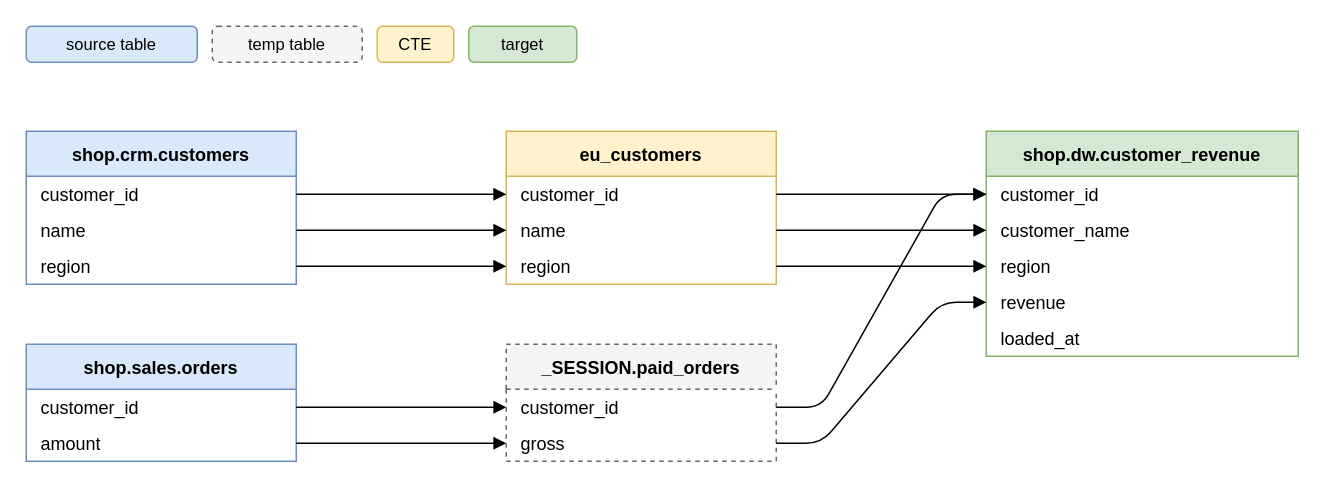
The draw.io diagram page "Columns" (2 of 2) of examples/orders.drawio in bhaskars9/BQLineage, before the edit. Source tidied: cells renumbered, new cells numbered last; positions are measured from the earlier drawing's top-left corner, leaving out a move shared by most shapes. Both pictures are drawn from the tidied source at 150%, with x=0, y=0 at pixel (26, 26).
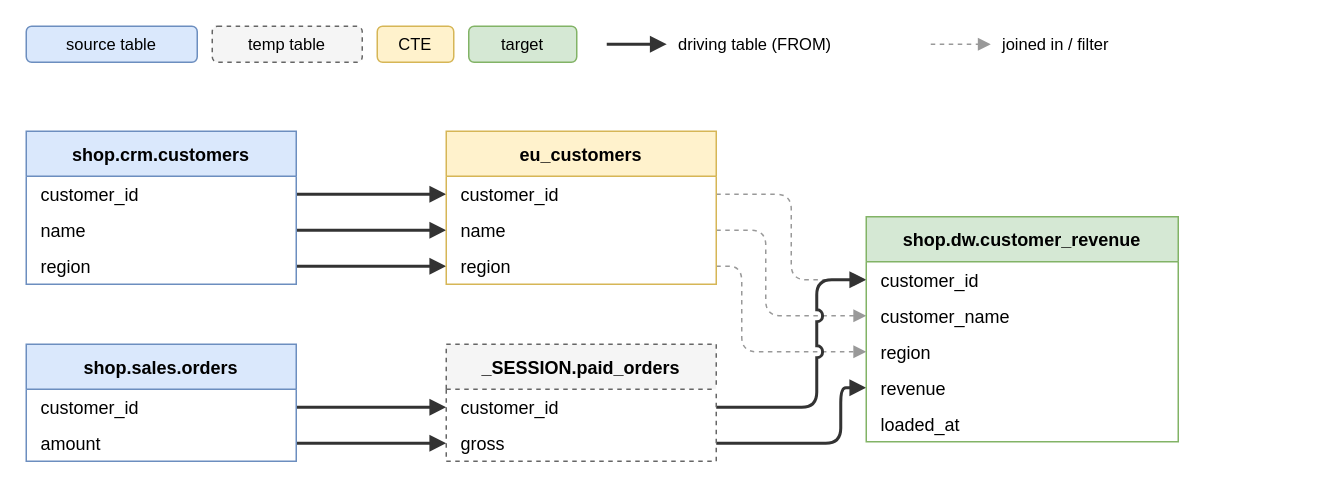
Above is the later version.

Commit message (it also covers changes not shown here):
draw.io: route arrows around boxes, solid for driving tables

The change refers to these unchanged cells:
```xml
<mxCell id="11" value="customer_id" style="text;align=left;verticalAlign=middle;spacingLeft=8;points=[[0,0.5],[1,0.5]];portConstraint=eastwest;" parent="10" vertex="1">
  <mxGeometry y="30" width="180" height="24" as="geometry" />
</mxCell>
<mxCell id="12" value="amount" style="text;align=left;verticalAlign=middle;spacingLeft=8;points=[[0,0.5],[1,0.5]];portConstraint=eastwest;" parent="10" vertex="1">
  <mxGeometry y="54" width="180" height="24" as="geometry" />
</mxCell>
```

Diff of the diagram source:
```diff
@@
+    <mxCell id="30" style="edgeStyle=orthogonalEdgeStyle;rounded=1;endArrow=block;endFill=1;jumpStyle=arc;jumpSize=6;dashed=1;strokeColor=#999999;exitX=1;exitY=0.5;entryX=0;entryY=0.5;" parent="1" edge="1" source="23" target="14">
+      <mxGeometry relative="1" as="geometry">
+        <Array as="points">
+          <mxPoint x="510" y="112" />
+          <mxPoint x="510" y="169" />
+        </Array>
+      </mxGeometry>
+    </mxCell>
+    <mxCell id="31" style="edgeStyle=orthogonalEdgeStyle;rounded=1;endArrow=block;endFill=1;jumpStyle=arc;jumpSize=6;dashed=1;strokeColor=#999999;exitX=1;exitY=0.5;entryX=0;entryY=0.5;" parent="1" edge="1" source="24" target="15">
+      <mxGeometry relative="1" as="geometry">
+        <Array as="points">
+          <mxPoint x="493" y="136" />
+          <mxPoint x="493" y="193" />
+        </Array>
+      </mxGeometry>
+    </mxCell>
+    <mxCell id="32" style="edgeStyle=orthogonalEdgeStyle;rounded=1;endArrow=block;endFill=1;jumpStyle=arc;jumpSize=6;dashed=1;strokeColor=#999999;exitX=1;exitY=0.5;entryX=0;entryY=0.5;" parent="1" edge="1" source="25" target="16">
+      <mxGeometry relative="1" as="geometry">
+        <Array as="points">
+          <mxPoint x="477" y="160" />
+          <mxPoint x="477" y="217" />
+        </Array>
+      </mxGeometry>
+    </mxCell>
+    <mxCell id="33" style="edgeStyle=orthogonalEdgeStyle;rounded=1;endArrow=block;endFill=1;jumpStyle=arc;jumpSize=6;strokeWidth=2;strokeColor=#333333;exitX=1;exitY=0.5;entryX=0;entryY=0.5;" parent="1" edge="1" source="20" target="14">
+      <mxGeometry relative="1" as="geometry">
+        <Array as="points">
+          <mxPoint x="527" y="254" />
+          <mxPoint x="527" y="169" />
+        </Array>
+      </mxGeometry>
+    </mxCell>
+    <mxCell id="34" style="edgeStyle=orthogonalEdgeStyle;rounded=1;endArrow=block;endFill=1;jumpStyle=arc;jumpSize=6;strokeWidth=2;strokeColor=#333333;exitX=1;exitY=0.5;entryX=0;entryY=0.5;" parent="1" edge="1" source="21" target="17">
+      <mxGeometry relative="1" as="geometry">
+        <Array as="points">
+          <mxPoint x="543" y="278" />
+          <mxPoint x="543" y="241" />
+        </Array>
+      </mxGeometry>
+    </mxCell>
+    <mxCell id="35" style="edgeStyle=orthogonalEdgeStyle;rounded=1;endArrow=block;endFill=1;jumpStyle=arc;jumpSize=6;strokeWidth=2;strokeColor=#333333;exitX=1;exitY=0.5;entryX=0;entryY=0.5;" parent="1" edge="1" source="27" target="23">
+      <mxGeometry relative="1" as="geometry" />
+    </mxCell>
+    <mxCell id="36" style="edgeStyle=orthogonalEdgeStyle;rounded=1;endArrow=block;endFill=1;jumpStyle=arc;jumpSize=6;strokeWidth=2;strokeColor=#333333;exitX=1;exitY=0.5;entryX=0;entryY=0.5;" parent="1" edge="1" source="28" target="24">
+      <mxGeometry relative="1" as="geometry" />
+    </mxCell>
+    <mxCell id="37" style="edgeStyle=orthogonalEdgeStyle;rounded=1;endArrow=block;endFill=1;jumpStyle=arc;jumpSize=6;strokeWidth=2;strokeColor=#333333;exitX=1;exitY=0.5;entryX=0;entryY=0.5;" parent="1" edge="1" source="29" target="25">
+      <mxGeometry relative="1" as="geometry" />
+    </mxCell>
+    <mxCell id="38" style="edgeStyle=orthogonalEdgeStyle;rounded=1;endArrow=block;endFill=1;jumpStyle=arc;jumpSize=6;strokeWidth=2;strokeColor=#333333;exitX=1;exitY=0.5;entryX=0;entryY=0.5;" parent="1" edge="1" source="12" target="21">
+      <mxGeometry relative="1" as="geometry" />
+    </mxCell>
+    <mxCell id="39" style="edgeStyle=orthogonalEdgeStyle;rounded=1;endArrow=block;endFill=1;jumpStyle=arc;jumpSize=6;strokeWidth=2;strokeColor=#333333;exitX=1;exitY=0.5;entryX=0;entryY=0.5;" parent="1" edge="1" source="11" target="20">
+      <mxGeometry relative="1" as="geometry" />
+    </mxCell>
@@
-    <mxCell id="6" value="shop.crm.customers" style="swimlane;startSize=30;fontStyle=1;horizontal=1;fillColor=#dae8fc;strokeColor=#6c8ebf;" parent="1" vertex="1">
-      <mxGeometry y="70" width="180" height="102" as="geometry" />
+    <mxCell id="6" style="edgeStyle=orthogonalEdgeStyle;rounded=1;endArrow=block;endFill=1;jumpStyle=arc;jumpSize=6;strokeWidth=2;strokeColor=#333333;" parent="1" edge="1">
+      <mxGeometry relative="1" as="geometry">
+        <mxPoint x="387" y="12" as="sourcePoint" />
+        <mxPoint x="427" y="12" as="targetPoint" />
+      </mxGeometry>
     </mxCell>
-    <mxCell id="7" value="customer_id" style="text;align=left;verticalAlign=middle;spacingLeft=8;points=[[0,0.5],[1,0.5]];portConstraint=eastwest;" parent="6" vertex="1">
-      <mxGeometry y="30" width="180" height="24" as="geometry" />
+    <mxCell id="7" value="driving table (FROM)" style="rounded=1;whiteSpace=wrap;fontSize=11;strokeColor=none;fillColor=none;align=left;" parent="1" vertex="1">
+      <mxGeometry x="433" width="150" height="24" as="geometry" />
     </mxCell>
-    <mxCell id="8" value="name" style="text;align=left;verticalAlign=middle;spacingLeft=8;points=[[0,0.5],[1,0.5]];portConstraint=eastwest;" parent="6" vertex="1">
-      <mxGeometry y="54" width="180" height="24" as="geometry" />
+    <mxCell id="8" style="edgeStyle=orthogonalEdgeStyle;rounded=1;endArrow=block;endFill=1;jumpStyle=arc;jumpSize=6;dashed=1;strokeColor=#999999;" parent="1" edge="1">
+      <mxGeometry relative="1" as="geometry">
+        <mxPoint x="603" y="12" as="sourcePoint" />
+        <mxPoint x="643" y="12" as="targetPoint" />
+      </mxGeometry>
     </mxCell>
-    <mxCell id="9" value="region" style="text;align=left;verticalAlign=middle;spacingLeft=8;points=[[0,0.5],[1,0.5]];portConstraint=eastwest;" parent="6" vertex="1">
-      <mxGeometry y="78" width="180" height="24" as="geometry" />
+    <mxCell id="9" value="joined in / filter" style="rounded=1;whiteSpace=wrap;fontSize=11;strokeColor=none;fillColor=none;align=left;" parent="1" vertex="1">
+      <mxGeometry x="649" width="136" height="24" as="geometry" />
     </mxCell>
@@
-    <mxCell id="13" value="eu_customers" style="swimlane;startSize=30;fontStyle=1;horizontal=1;fillColor=#fff2cc;strokeColor=#d6b656;" parent="1" vertex="1">
-      <mxGeometry x="320" y="70" width="180" height="102" as="geometry" />
+    <mxCell id="13" value="shop.dw.customer_revenue" style="swimlane;startSize=30;fontStyle=1;horizontal=1;fillColor=#d5e8d4;strokeColor=#82b366;" parent="1" vertex="1">
+      <mxGeometry x="560" y="127" width="208" height="150" as="geometry" />
     </mxCell>
     <mxCell id="14" value="customer_id" style="text;align=left;verticalAlign=middle;spacingLeft=8;points=[[0,0.5],[1,0.5]];portConstraint=eastwest;" parent="13" vertex="1">
-      <mxGeometry y="30" width="180" height="24" as="geometry" />
+      <mxGeometry y="30" width="208" height="24" as="geometry" />
     </mxCell>
-    <mxCell id="15" value="name" style="text;align=left;verticalAlign=middle;spacingLeft=8;points=[[0,0.5],[1,0.5]];portConstraint=eastwest;" parent="13" vertex="1">
-      <mxGeometry y="54" width="180" height="24" as="geometry" />
+    <mxCell id="15" value="customer_name" style="text;align=left;verticalAlign=middle;spacingLeft=8;points=[[0,0.5],[1,0.5]];portConstraint=eastwest;" parent="13" vertex="1">
+      <mxGeometry y="54" width="208" height="24" as="geometry" />
     </mxCell>
     <mxCell id="16" value="region" style="text;align=left;verticalAlign=middle;spacingLeft=8;points=[[0,0.5],[1,0.5]];portConstraint=eastwest;" parent="13" vertex="1">
-      <mxGeometry y="78" width="180" height="24" as="geometry" />
+      <mxGeometry y="78" width="208" height="24" as="geometry" />
     </mxCell>
-    <mxCell id="17" value="_SESSION.paid_orders" style="swimlane;startSize=30;fontStyle=1;horizontal=1;fillColor=#f5f5f5;strokeColor=#666666;dashed=1;" parent="1" vertex="1">
-      <mxGeometry x="320" y="212" width="180" height="78" as="geometry" />
+    <mxCell id="17" value="revenue" style="text;align=left;verticalAlign=middle;spacingLeft=8;points=[[0,0.5],[1,0.5]];portConstraint=eastwest;" parent="13" vertex="1">
+      <mxGeometry y="102" width="208" height="24" as="geometry" />
     </mxCell>
-    <mxCell id="18" value="customer_id" style="text;align=left;verticalAlign=middle;spacingLeft=8;points=[[0,0.5],[1,0.5]];portConstraint=eastwest;" parent="17" vertex="1">
-      <mxGeometry y="30" width="180" height="24" as="geometry" />
+    <mxCell id="18" value="loaded_at" style="text;align=left;verticalAlign=middle;spacingLeft=8;points=[[0,0.5],[1,0.5]];portConstraint=eastwest;" parent="13" vertex="1">
+      <mxGeometry y="126" width="208" height="24" as="geometry" />
     </mxCell>
-    <mxCell id="19" value="gross" style="text;align=left;verticalAlign=middle;spacingLeft=8;points=[[0,0.5],[1,0.5]];portConstraint=eastwest;" parent="17" vertex="1">
-      <mxGeometry y="54" width="180" height="24" as="geometry" />
+    <mxCell id="19" value="_SESSION.paid_orders" style="swimlane;startSize=30;fontStyle=1;horizontal=1;fillColor=#f5f5f5;strokeColor=#666666;dashed=1;" parent="1" vertex="1">
+      <mxGeometry x="280" y="212" width="180" height="78" as="geometry" />
     </mxCell>
-    <mxCell id="20" value="shop.dw.customer_revenue" style="swimlane;startSize=30;fontStyle=1;horizontal=1;fillColor=#d5e8d4;strokeColor=#82b366;" parent="1" vertex="1">
-      <mxGeometry x="640" y="70" width="208" height="150" as="geometry" />
+    <mxCell id="20" value="customer_id" style="text;align=left;verticalAlign=middle;spacingLeft=8;points=[[0,0.5],[1,0.5]];portConstraint=eastwest;" parent="19" vertex="1">
+      <mxGeometry y="30" width="180" height="24" as="geometry" />
     </mxCell>
-    <mxCell id="21" value="customer_id" style="text;align=left;verticalAlign=middle;spacingLeft=8;points=[[0,0.5],[1,0.5]];portConstraint=eastwest;" parent="20" vertex="1">
-      <mxGeometry y="30" width="208" height="24" as="geometry" />
+    <mxCell id="21" value="gross" style="text;align=left;verticalAlign=middle;spacingLeft=8;points=[[0,0.5],[1,0.5]];portConstraint=eastwest;" parent="19" vertex="1">
+      <mxGeometry y="54" width="180" height="24" as="geometry" />
     </mxCell>
-    <mxCell id="22" value="customer_name" style="text;align=left;verticalAlign=middle;spacingLeft=8;points=[[0,0.5],[1,0.5]];portConstraint=eastwest;" parent="20" vertex="1">
-      <mxGeometry y="54" width="208" height="24" as="geometry" />
+    <mxCell id="22" value="eu_customers" style="swimlane;startSize=30;fontStyle=1;horizontal=1;fillColor=#fff2cc;strokeColor=#d6b656;" parent="1" vertex="1">
+      <mxGeometry x="280" y="70" width="180" height="102" as="geometry" />
     </mxCell>
-    <mxCell id="23" value="region" style="text;align=left;verticalAlign=middle;spacingLeft=8;points=[[0,0.5],[1,0.5]];portConstraint=eastwest;" parent="20" vertex="1">
-      <mxGeometry y="78" width="208" height="24" as="geometry" />
+    <mxCell id="23" value="customer_id" style="text;align=left;verticalAlign=middle;spacingLeft=8;points=[[0,0.5],[1,0.5]];portConstraint=eastwest;" parent="22" vertex="1">
+      <mxGeometry y="30" width="180" height="24" as="geometry" />
     </mxCell>
-    <mxCell id="24" value="revenue" style="text;align=left;verticalAlign=middle;spacingLeft=8;points=[[0,0.5],[1,0.5]];portConstraint=eastwest;" parent="20" vertex="1">
-      <mxGeometry y="102" width="208" height="24" as="geometry" />
+    <mxCell id="24" value="name" style="text;align=left;verticalAlign=middle;spacingLeft=8;points=[[0,0.5],[1,0.5]];portConstraint=eastwest;" parent="22" vertex="1">
+      <mxGeometry y="54" width="180" height="24" as="geometry" />
     </mxCell>
-    <mxCell id="25" value="loaded_at" style="text;align=left;verticalAlign=middle;spacingLeft=8;points=[[0,0.5],[1,0.5]];portConstraint=eastwest;" parent="20" vertex="1">
-      <mxGeometry y="126" width="208" height="24" as="geometry" />
+    <mxCell id="25" value="region" style="text;align=left;verticalAlign=middle;spacingLeft=8;points=[[0,0.5],[1,0.5]];portConstraint=eastwest;" parent="22" vertex="1">
+      <mxGeometry y="78" width="180" height="24" as="geometry" />
     </mxCell>
-    <mxCell id="26" style="edgeStyle=entityRelationEdgeStyle;endArrow=block;endFill=1;" parent="1" edge="1" source="14" target="21">
-      <mxGeometry relative="1" as="geometry" />
+    <mxCell id="26" value="shop.crm.customers" style="swimlane;startSize=30;fontStyle=1;horizontal=1;fillColor=#dae8fc;strokeColor=#6c8ebf;" parent="1" vertex="1">
+      <mxGeometry y="70" width="180" height="102" as="geometry" />
     </mxCell>
-    <mxCell id="27" style="edgeStyle=entityRelationEdgeStyle;endArrow=block;endFill=1;" parent="1" edge="1" source="15" target="22">
-      <mxGeometry relative="1" as="geometry" />
+    <mxCell id="27" value="customer_id" style="text;align=left;verticalAlign=middle;spacingLeft=8;points=[[0,0.5],[1,0.5]];portConstraint=eastwest;" parent="26" vertex="1">
+      <mxGeometry y="30" width="180" height="24" as="geometry" />
     </mxCell>
-    <mxCell id="28" style="edgeStyle=entityRelationEdgeStyle;endArrow=block;endFill=1;" parent="1" edge="1" source="16" target="23">
-      <mxGeometry relative="1" as="geometry" />
+    <mxCell id="28" value="name" style="text;align=left;verticalAlign=middle;spacingLeft=8;points=[[0,0.5],[1,0.5]];portConstraint=eastwest;" parent="26" vertex="1">
+      <mxGeometry y="54" width="180" height="24" as="geometry" />
     </mxCell>
-    <mxCell id="29" style="edgeStyle=entityRelationEdgeStyle;endArrow=block;endFill=1;" parent="1" edge="1" source="18" target="21">
-      <mxGeometry relative="1" as="geometry" />
+    <mxCell id="29" value="region" style="text;align=left;verticalAlign=middle;spacingLeft=8;points=[[0,0.5],[1,0.5]];portConstraint=eastwest;" parent="26" vertex="1">
+      <mxGeometry y="78" width="180" height="24" as="geometry" />
     </mxCell>
-    <mxCell id="30" style="edgeStyle=entityRelationEdgeStyle;endArrow=block;endFill=1;" parent="1" edge="1" source="19" target="24">
-      <mxGeometry relative="1" as="geometry" />
-    </mxCell>
-    <mxCell id="31" style="edgeStyle=entityRelationEdgeStyle;endArrow=block;endFill=1;" parent="1" edge="1" source="7" target="14">
-      <mxGeometry relative="1" as="geometry" />
-    </mxCell>
-    <mxCell id="32" style="edgeStyle=entityRelationEdgeStyle;endArrow=block;endFill=1;" parent="1" edge="1" source="8" target="15">
-      <mxGeometry relative="1" as="geometry" />
-    </mxCell>
-    <mxCell id="33" style="edgeStyle=entityRelationEdgeStyle;endArrow=block;endFill=1;" parent="1" edge="1" source="9" target="16">
-      <mxGeometry relative="1" as="geometry" />
-    </mxCell>
-    <mxCell id="34" style="edgeStyle=entityRelationEdgeStyle;endArrow=block;endFill=1;" parent="1" edge="1" source="12" target="19">
-      <mxGeometry relative="1" as="geometry" />
-    </mxCell>
-    <mxCell id="35" style="edgeStyle=entityRelationEdgeStyle;endArrow=block;endFill=1;" parent="1" edge="1" source="11" target="18">
-      <mxGeometry relative="1" as="geometry" />
-    </mxCell>
```
